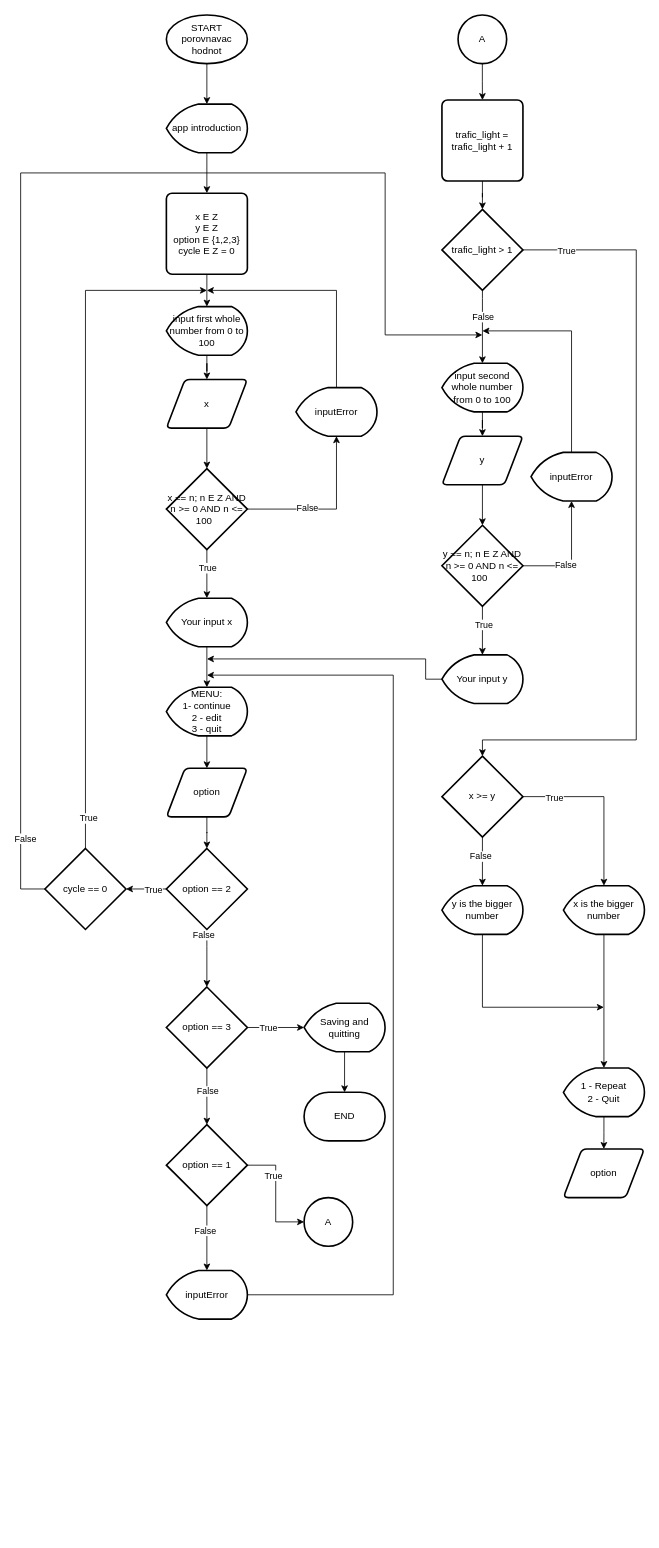
This is comparator.drawio from otevrro21/Comparator, a draw.io file, before an edit. Source tidied: cells renumbered, new cells numbered last; positions are measured from the earlier drawing's top-left corner, leaving out a move shared by most shapes. Both pictures are drawn from the tidied source at 81%, with x=0, y=0 at pixel (20, 15).
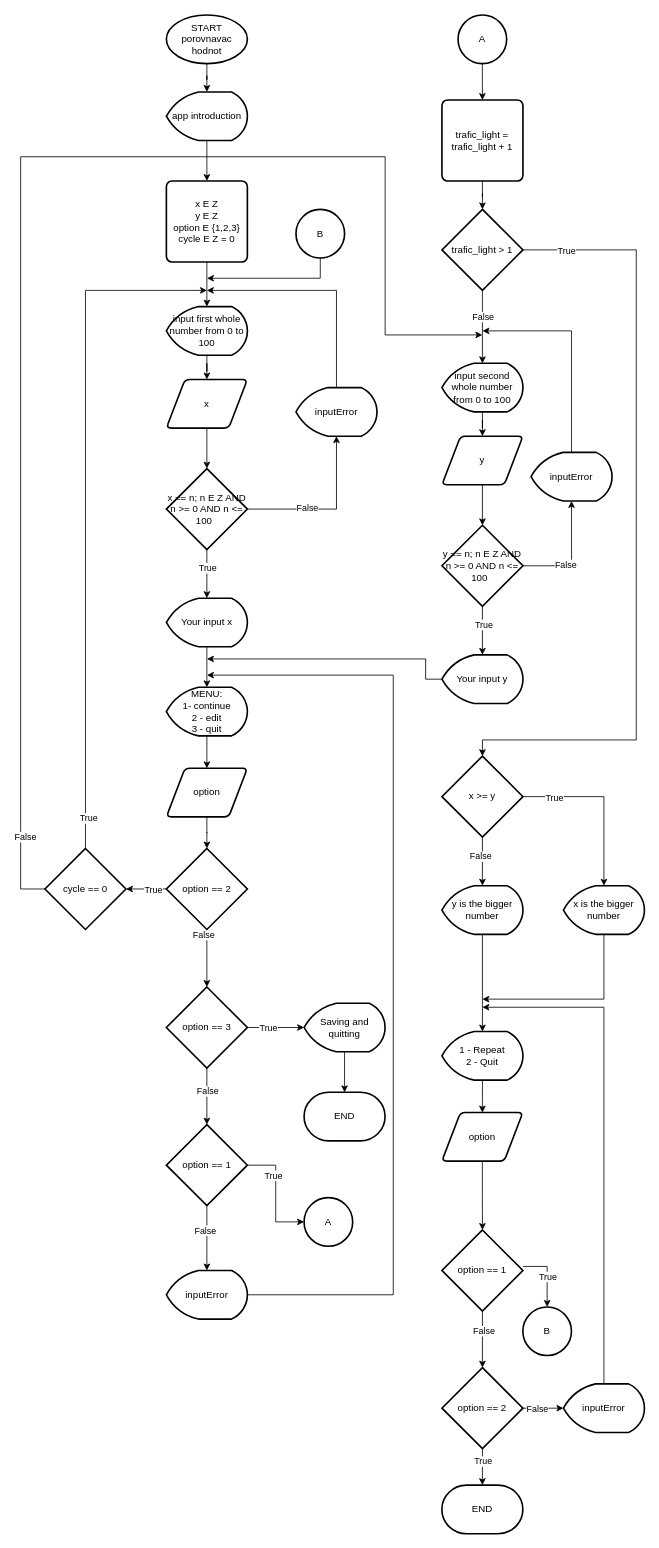
Above is the later version.

Commit message (it also covers changes not shown here):
Complete flowchart and create pdf of it.

Unchanged cells that the change refers to:
```xml
<mxCell id="65" value="cycle == 0" style="strokeWidth=2;html=1;shape=mxgraph.flowchart.decision;whiteSpace=wrap;" parent="1" vertex="1">
  <mxGeometry x="30" y="1029" width="100" height="100" as="geometry" />
</mxCell>
<mxCell id="79" value="y is the bigger number" style="strokeWidth=2;html=1;shape=mxgraph.flowchart.display;whiteSpace=wrap;" parent="1" vertex="1">
  <mxGeometry x="520.1" y="1075" width="100" height="60" as="geometry" />
</mxCell>
<mxCell id="81" value="x is the bigger number" style="strokeWidth=2;html=1;shape=mxgraph.flowchart.display;whiteSpace=wrap;" parent="1" vertex="1">
  <mxGeometry x="670.1" y="1075" width="100" height="60" as="geometry" />
</mxCell>
```

The edit, as a diff of the source:
```diff
@@
     <mxCell id="5" value="app introduction" style="strokeWidth=2;html=1;shape=mxgraph.flowchart.display;whiteSpace=wrap;" parent="1" vertex="1">
-      <mxGeometry x="179.9" y="110" width="100" height="60" as="geometry" />
+      <mxGeometry x="179.9" y="95" width="100" height="60" as="geometry" />
     </mxCell>
@@
     <mxCell id="7" value="x E Z&lt;br&gt;y E Z&lt;br&gt;option E {1,2,3}&lt;br&gt;cycle E Z = 0" style="rounded=1;whiteSpace=wrap;html=1;absoluteArcSize=1;arcSize=14;strokeWidth=2;" parent="1" vertex="1">
-      <mxGeometry x="179.9" y="220" width="100" height="100" as="geometry" />
+      <mxGeometry x="179.9" y="205" width="100" height="100" as="geometry" />
     </mxCell>
@@
     <mxCell id="63" style="edgeStyle=orthogonalEdgeStyle;rounded=0;jettySize=auto;html=1;" parent="1" edge="1" source="65">
       <mxGeometry relative="1" as="geometry">
         <mxPoint x="570" y="395" as="targetPoint" />
         <Array as="points">
           <mxPoint y="1079" />
-          <mxPoint y="195" />
-          <mxPoint x="450" y="195" />
+          <mxPoint y="175" />
+          <mxPoint x="450" y="175" />
           <mxPoint x="450" y="395" />
         </Array>
       </mxGeometry>
     </mxCell>
@@
-    <mxCell id="78" style="edgeStyle=orthogonalEdgeStyle;rounded=0;jettySize=auto;html=1;" parent="1" edge="1" source="79">
-      <mxGeometry relative="1" as="geometry">
-        <mxPoint x="720" y="1225" as="targetPoint" />
-        <Array as="points">
-          <mxPoint x="570" y="1225" />
-        </Array>
-      </mxGeometry>
-    </mxCell>
+    <mxCell id="85" style="edgeStyle=orthogonalEdgeStyle;rounded=0;jettySize=auto;html=1;" parent="1" edge="1" source="79" target="83">
+      <mxGeometry relative="1" as="geometry" />
+    </mxCell>
@@
-    <mxCell id="80" style="edgeStyle=orthogonalEdgeStyle;rounded=0;jettySize=auto;html=1;" parent="1" edge="1" source="81" target="83">
-      <mxGeometry relative="1" as="geometry" />
-    </mxCell>
+    <mxCell id="86" style="edgeStyle=orthogonalEdgeStyle;rounded=0;jettySize=auto;html=1;" parent="1" edge="1" source="81">
+      <mxGeometry relative="1" as="geometry">
+        <mxPoint x="570" y="1215" as="targetPoint" />
+        <Array as="points">
+          <mxPoint x="720" y="1215" />
+        </Array>
+      </mxGeometry>
+    </mxCell>
@@
     <mxCell id="83" value="1 - Repeat&lt;br&gt;2 - Quit" style="strokeWidth=2;html=1;shape=mxgraph.flowchart.display;whiteSpace=wrap;" parent="1" vertex="1">
-      <mxGeometry x="670.1" y="1300" width="100" height="60" as="geometry" />
+      <mxGeometry x="520.1" y="1255" width="100" height="60" as="geometry" />
     </mxCell>
+    <mxCell id="87" style="edgeStyle=orthogonalEdgeStyle;rounded=0;jettySize=auto;html=1;" parent="1" edge="1" source="84" target="92">
+      <mxGeometry relative="1" as="geometry" />
+    </mxCell>
     <mxCell id="84" value="option" style="shape=parallelogram;html=1;strokeWidth=2;perimeter=parallelogramPerimeter;whiteSpace=wrap;rounded=1;arcSize=12;size=0.23;" parent="1" vertex="1">
-      <mxGeometry x="670" y="1400" width="100" height="60" as="geometry" />
+      <mxGeometry x="520" y="1355" width="100" height="60" as="geometry" />
     </mxCell>
+    <mxCell id="88" style="edgeStyle=orthogonalEdgeStyle;rounded=0;jettySize=auto;html=1;" parent="1" edge="1" source="92" target="97">
+      <mxGeometry relative="1" as="geometry" />
+    </mxCell>
+    <mxCell id="89" value="False" style="edgeLabel;html=1;align=center;verticalAlign=middle;" parent="88" vertex="1">
+      <mxGeometry x="-0.31" y="1" relative="1" as="geometry" />
+    </mxCell>
+    <mxCell id="90" style="edgeStyle=orthogonalEdgeStyle;rounded=0;jettySize=auto;html=1;entryX=0.5;entryY=0;entryDx=0;entryDy=0;entryPerimeter=0;" parent="1" edge="1" source="92" target="100">
+      <mxGeometry relative="1" as="geometry">
+        <Array as="points">
+          <mxPoint x="650" y="1545" />
+        </Array>
+      </mxGeometry>
+    </mxCell>
+    <mxCell id="91" value="True" style="edgeLabel;html=1;align=center;verticalAlign=middle;" parent="90" vertex="1">
+      <mxGeometry x="0.05" relative="1" as="geometry" />
+    </mxCell>
+    <mxCell id="92" value="option == 1" style="strokeWidth=2;html=1;shape=mxgraph.flowchart.decision;whiteSpace=wrap;" parent="1" vertex="1">
+      <mxGeometry x="520.1" y="1500" width="100" height="100" as="geometry" />
+    </mxCell>
+    <mxCell id="93" style="edgeStyle=orthogonalEdgeStyle;rounded=0;jettySize=auto;html=1;" parent="1" edge="1" source="97" target="99">
+      <mxGeometry relative="1" as="geometry" />
+    </mxCell>
+    <mxCell id="94" value="False" style="edgeLabel;html=1;align=center;verticalAlign=middle;" parent="93" vertex="1">
+      <mxGeometry x="-0.31" relative="1" as="geometry" />
+    </mxCell>
+    <mxCell id="95" style="edgeStyle=orthogonalEdgeStyle;rounded=0;jettySize=auto;html=1;" parent="1" edge="1" source="97" target="103">
+      <mxGeometry relative="1" as="geometry" />
+    </mxCell>
+    <mxCell id="96" value="True" style="edgeLabel;html=1;align=center;verticalAlign=middle;" parent="95" vertex="1">
+      <mxGeometry x="-0.72" y="-1" relative="1" as="geometry">
+        <mxPoint x="1" y="9" as="offset" />
+      </mxGeometry>
+    </mxCell>
+    <mxCell id="97" value="option == 2" style="strokeWidth=2;html=1;shape=mxgraph.flowchart.decision;whiteSpace=wrap;" parent="1" vertex="1">
+      <mxGeometry x="520.1" y="1670" width="100" height="100" as="geometry" />
+    </mxCell>
+    <mxCell id="98" style="edgeStyle=orthogonalEdgeStyle;rounded=0;jettySize=auto;html=1;" parent="1" edge="1" source="99">
+      <mxGeometry relative="1" as="geometry">
+        <mxPoint x="570" y="1225" as="targetPoint" />
+        <Array as="points">
+          <mxPoint x="720" y="1225" />
+        </Array>
+      </mxGeometry>
+    </mxCell>
+    <mxCell id="99" value="inputError" style="strokeWidth=2;html=1;shape=mxgraph.flowchart.display;whiteSpace=wrap;" parent="1" vertex="1">
+      <mxGeometry x="670.1" y="1690" width="100" height="60" as="geometry" />
+    </mxCell>
+    <mxCell id="100" value="B" style="strokeWidth=2;html=1;shape=mxgraph.flowchart.start_2;whiteSpace=wrap;" parent="1" vertex="1">
+      <mxGeometry x="620" y="1595" width="60" height="60" as="geometry" />
+    </mxCell>
+    <mxCell id="101" style="edgeStyle=orthogonalEdgeStyle;rounded=0;jettySize=auto;html=1;" parent="1" edge="1" source="102">
+      <mxGeometry relative="1" as="geometry">
+        <mxPoint x="230" y="325" as="targetPoint" />
+        <Array as="points">
+          <mxPoint x="370" y="325" />
+        </Array>
+      </mxGeometry>
+    </mxCell>
+    <mxCell id="102" value="B" style="strokeWidth=2;html=1;shape=mxgraph.flowchart.start_2;whiteSpace=wrap;" parent="1" vertex="1">
+      <mxGeometry x="339.9" y="240" width="60" height="60" as="geometry" />
+    </mxCell>
+    <mxCell id="103" value="END" style="strokeWidth=2;html=1;shape=mxgraph.flowchart.terminator;whiteSpace=wrap;" parent="1" vertex="1">
+      <mxGeometry x="520" y="1815" width="100" height="60" as="geometry" />
+    </mxCell>
```
